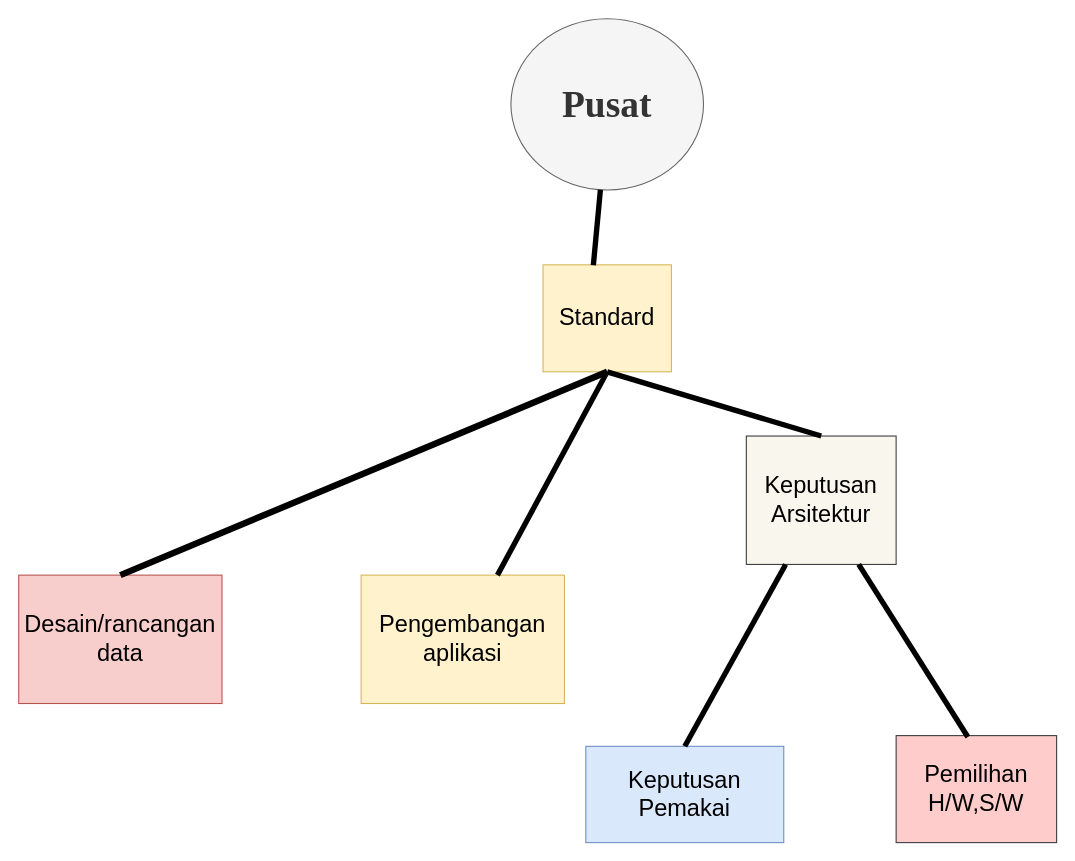
Above: page "Page-3" (3 of 6) of pdt10.drawio in lukmanprasetyo/Topologi-Jaringan (draw.io), before the change. Source tidied: cells renumbered, new cells numbered last; positions are measured from the earlier drawing's top-left corner, leaving out a move shared by most shapes. Both pictures are drawn from the tidied source at 107%, with x=0, y=0 at pixel (18, 18).
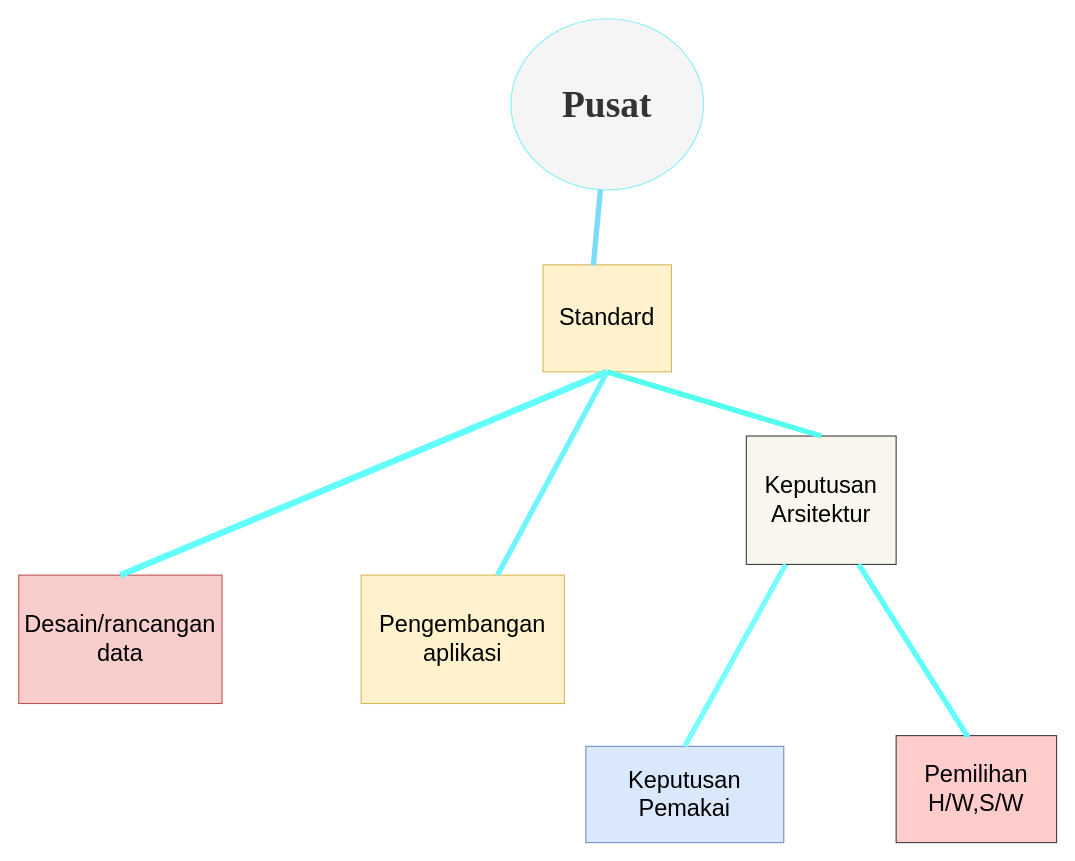
After the change.

What changed in the source:
```diff
@@
 <mxGraphModel>
   <root>
     <mxCell id="0" />
     <mxCell id="1" parent="0" />
-    <mxCell id="2" value="&lt;font face=&quot;Times New Roman&quot; size=&quot;1&quot;&gt;&lt;b style=&quot;font-size: 35px&quot;&gt;Pusat&lt;/b&gt;&lt;/font&gt;" style="ellipse;whiteSpace=wrap;html=1;fillColor=#f5f5f5;strokeColor=#666666;fontColor=#333333;" parent="1" vertex="1">
+    <mxCell id="2" value="&lt;font face=&quot;Times New Roman&quot; size=&quot;1&quot;&gt;&lt;b style=&quot;font-size: 35px&quot;&gt;Pusat&lt;/b&gt;&lt;/font&gt;" style="ellipse;whiteSpace=wrap;html=1;fillColor=#f5f5f5;fontColor=#333333;strokeColor=#80F2F2;" parent="1" vertex="1">
       <mxGeometry x="460" width="180" height="160" as="geometry" />
     </mxCell>
     <mxCell id="3" value="&lt;font style=&quot;font-size: 22px&quot;&gt;Standard&lt;/font&gt;" style="rounded=0;whiteSpace=wrap;html=1;fillColor=#fff2cc;strokeColor=#d6b656;" parent="1" vertex="1">
       <mxGeometry x="490" y="230" width="120" height="100" as="geometry" />
     </mxCell>
     <mxCell id="4" value="&lt;font style=&quot;font-size: 22px&quot;&gt;Desain/rancangan data&lt;/font&gt;" style="rounded=0;whiteSpace=wrap;html=1;fillColor=#f8cecc;strokeColor=#b85450;" parent="1" vertex="1">
       <mxGeometry y="520" width="190" height="120" as="geometry" />
     </mxCell>
     <mxCell id="5" value="&lt;font style=&quot;font-size: 22px&quot;&gt;Pengembangan aplikasi&lt;/font&gt;" style="rounded=0;whiteSpace=wrap;html=1;fillColor=#fff2cc;strokeColor=#d6b656;" parent="1" vertex="1">
       <mxGeometry x="320" y="520" width="190" height="120" as="geometry" />
     </mxCell>
     <mxCell id="6" value="&lt;font style=&quot;font-size: 22px&quot;&gt;Keputusan Pemakai&lt;/font&gt;" style="rounded=0;whiteSpace=wrap;html=1;fillColor=#dae8fc;strokeColor=#6c8ebf;" parent="1" vertex="1">
       <mxGeometry x="530" y="680" width="185" height="90" as="geometry" />
     </mxCell>
     <mxCell id="7" value="&lt;font style=&quot;font-size: 22px&quot;&gt;Pemilihan H/W,S/W&lt;/font&gt;" style="rounded=0;whiteSpace=wrap;html=1;fillColor=#ffcccc;strokeColor=#36393d;" parent="1" vertex="1">
       <mxGeometry x="820" y="670" width="150" height="100" as="geometry" />
     </mxCell>
     <mxCell id="8" value="&lt;font style=&quot;font-size: 22px&quot;&gt;Keputusan Arsitektur&lt;/font&gt;" style="rounded=0;whiteSpace=wrap;html=1;fillColor=#f9f7ed;strokeColor=#36393d;" parent="1" vertex="1">
       <mxGeometry x="680" y="390" width="140" height="120" as="geometry" />
     </mxCell>
-    <mxCell id="9" style="endArrow=none;html=1;exitX=0.392;exitY=0.005;exitDx=0;exitDy=0;exitPerimeter=0;strokeWidth=5;" parent="1" edge="1" source="3" target="2">
+    <mxCell id="9" style="endArrow=none;html=1;exitX=0.392;exitY=0.005;exitDx=0;exitDy=0;exitPerimeter=0;strokeWidth=5;strokeColor=#78DBFF;" parent="1" edge="1" source="3" target="2">
       <mxGeometry relative="1" as="geometry" />
     </mxCell>
-    <mxCell id="10" style="endArrow=none;html=1;exitX=0.5;exitY=0;exitDx=0;exitDy=0;strokeWidth=6;entryX=0.5;entryY=1;entryDx=0;entryDy=0;" parent="1" edge="1" source="4" target="3">
+    <mxCell id="10" style="endArrow=none;html=1;exitX=0.5;exitY=0;exitDx=0;exitDy=0;strokeWidth=6;entryX=0.5;entryY=1;entryDx=0;entryDy=0;strokeColor=#63FFFA;" parent="1" edge="1" source="4" target="3">
       <mxGeometry relative="1" as="geometry" />
     </mxCell>
-    <mxCell id="11" style="endArrow=none;html=1;entryX=0.5;entryY=1;entryDx=0;entryDy=0;strokeWidth=5;" parent="1" edge="1" source="5" target="3">
+    <mxCell id="11" style="endArrow=none;html=1;entryX=0.5;entryY=1;entryDx=0;entryDy=0;strokeWidth=5;strokeColor=#70F5FF;" parent="1" edge="1" source="5" target="3">
       <mxGeometry relative="1" as="geometry" />
     </mxCell>
-    <mxCell id="12" style="endArrow=none;html=1;exitX=0.5;exitY=0;exitDx=0;exitDy=0;strokeWidth=5;" parent="1" edge="1" source="6" target="8">
+    <mxCell id="12" style="endArrow=none;html=1;exitX=0.5;exitY=0;exitDx=0;exitDy=0;strokeWidth=5;strokeColor=#78FFFF;" parent="1" edge="1" source="6" target="8">
       <mxGeometry relative="1" as="geometry" />
     </mxCell>
-    <mxCell id="13" style="endArrow=none;html=1;strokeWidth=5;exitX=0.447;exitY=0.013;exitDx=0;exitDy=0;exitPerimeter=0;entryX=0.75;entryY=1;entryDx=0;entryDy=0;" parent="1" edge="1" source="7" target="8">
+    <mxCell id="13" style="endArrow=none;html=1;strokeWidth=5;exitX=0.447;exitY=0.013;exitDx=0;exitDy=0;exitPerimeter=0;entryX=0.75;entryY=1;entryDx=0;entryDy=0;strokeColor=#61FFFA;" parent="1" edge="1" source="7" target="8">
       <mxGeometry relative="1" as="geometry" />
     </mxCell>
-    <mxCell id="14" style="endArrow=none;html=1;strokeWidth=5;exitX=0.5;exitY=0;exitDx=0;exitDy=0;" parent="1" edge="1" source="8">
+    <mxCell id="14" style="endArrow=none;html=1;strokeWidth=5;exitX=0.5;exitY=0;exitDx=0;exitDy=0;strokeColor=#54FFEE;" parent="1" edge="1" source="8">
       <mxGeometry relative="1" as="geometry">
         <mxPoint x="550" y="330" as="targetPoint" />
       </mxGeometry>
     </mxCell>
   </root>
 </mxGraphModel>
```
